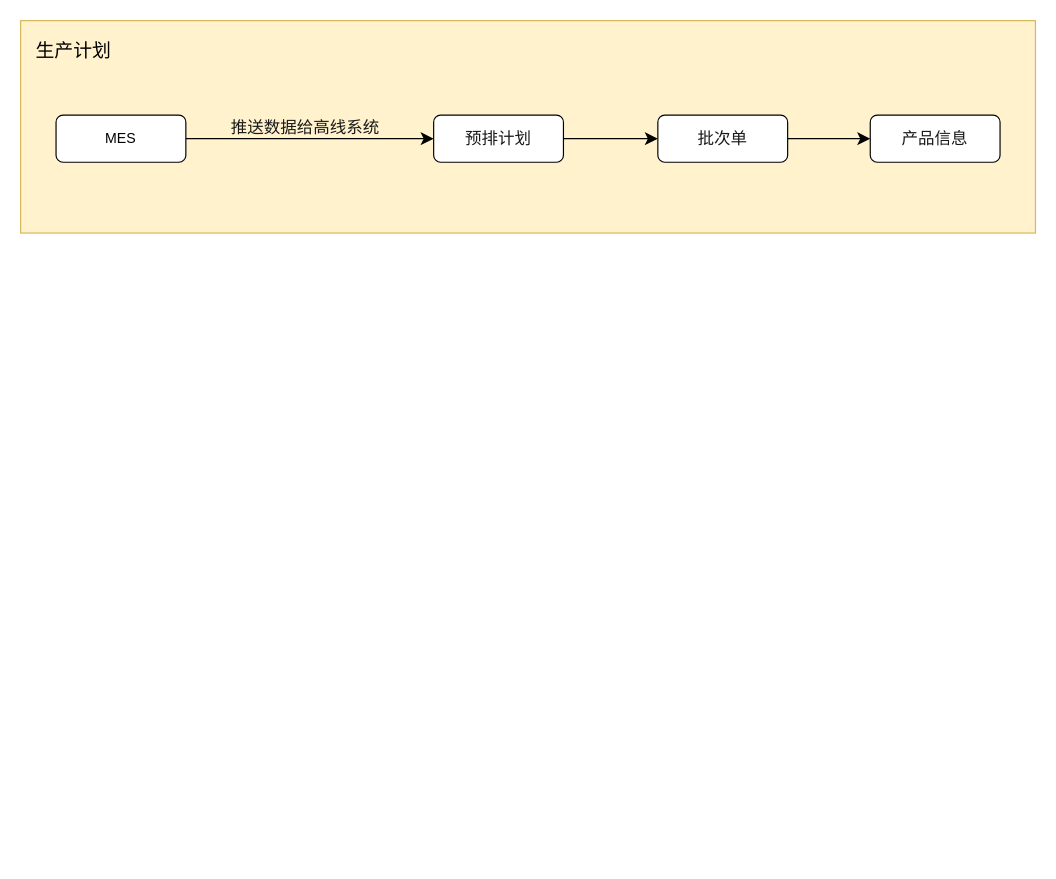
Before: gx.drawio in zhangxrxyy/draw, a draw.io diagram. Source tidied: cells renumbered, new cells numbered last; positions are measured from the earlier drawing's top-left corner, leaving out a move shared by most shapes. Both pictures are drawn from the tidied source at 118%, with x=0, y=0 at pixel (20, 20).
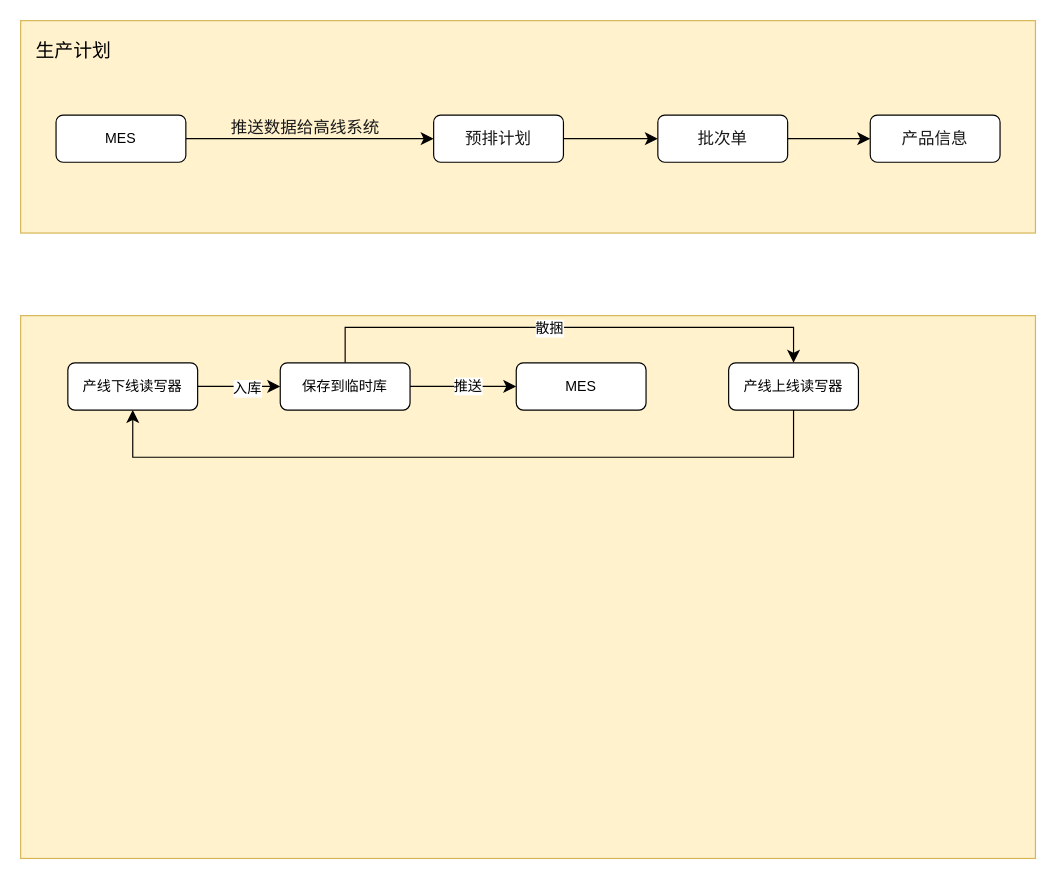
The same page after the edit.

The edit, as a diff of the source:
```diff
@@
+    <mxCell id="12" style="rounded=0;whiteSpace=wrap;html=1;fillColor=#fff2cc;strokeColor=#d6b656;" parent="1" vertex="1">
+      <mxGeometry y="250" width="860" height="460" as="geometry" />
+    </mxCell>
+    <mxCell id="13" style="edgeStyle=none;curved=1;rounded=0;jettySize=auto;html=1;exitX=1;exitY=0.5;exitDx=0;exitDy=0;fontSize=12;startSize=8;endSize=8;" parent="1" edge="1" source="15" target="20">
+      <mxGeometry relative="1" as="geometry" />
+    </mxCell>
+    <mxCell id="14" value="入库" style="edgeLabel;html=1;align=center;verticalAlign=middle;fontSize=12;" parent="13" vertex="1">
+      <mxGeometry x="0.17" y="-1" relative="1" as="geometry" />
+    </mxCell>
+    <mxCell id="15" value="产线下线读写器" style="rounded=1;whiteSpace=wrap;html=1;" parent="1" vertex="1">
+      <mxGeometry x="40" y="290" width="110" height="40" as="geometry" />
+    </mxCell>
+    <mxCell id="16" style="edgeStyle=none;curved=1;rounded=0;jettySize=auto;html=1;exitX=1;exitY=0.5;exitDx=0;exitDy=0;fontSize=12;startSize=8;endSize=8;" parent="1" edge="1" source="20" target="21">
+      <mxGeometry relative="1" as="geometry" />
+    </mxCell>
+    <mxCell id="17" value="推送" style="edgeLabel;html=1;align=center;verticalAlign=middle;fontSize=12;" parent="16" vertex="1">
+      <mxGeometry x="0.07" y="1" relative="1" as="geometry" />
+    </mxCell>
+    <mxCell id="18" style="edgeStyle=none;curved=0;rounded=0;jettySize=auto;html=1;exitX=0.5;exitY=0;exitDx=0;exitDy=0;entryX=0.5;entryY=0;entryDx=0;entryDy=0;fontSize=12;startSize=8;endSize=8;" parent="1" edge="1" source="20" target="23">
+      <mxGeometry relative="1" as="geometry">
+        <Array as="points">
+          <mxPoint x="275" y="260" />
+          <mxPoint x="655" y="260" />
+        </Array>
+      </mxGeometry>
+    </mxCell>
+    <mxCell id="19" value="散捆" style="edgeLabel;html=1;align=center;verticalAlign=middle;fontSize=12;" parent="18" vertex="1">
+      <mxGeometry x="-0.08" relative="1" as="geometry" />
+    </mxCell>
+    <mxCell id="20" value="保存到临时库" style="rounded=1;whiteSpace=wrap;html=1;" parent="1" vertex="1">
+      <mxGeometry x="220" y="290" width="110" height="40" as="geometry" />
+    </mxCell>
+    <mxCell id="21" value="MES" style="rounded=1;whiteSpace=wrap;html=1;" parent="1" vertex="1">
+      <mxGeometry x="420" y="290" width="110" height="40" as="geometry" />
+    </mxCell>
+    <mxCell id="22" style="edgeStyle=none;curved=0;rounded=0;jettySize=auto;html=1;exitX=0.5;exitY=1;exitDx=0;exitDy=0;entryX=0.5;entryY=1;entryDx=0;entryDy=0;fontSize=12;startSize=8;endSize=8;" parent="1" edge="1" source="23" target="15">
+      <mxGeometry relative="1" as="geometry">
+        <Array as="points">
+          <mxPoint x="655" y="370" />
+          <mxPoint x="95" y="370" />
+        </Array>
+      </mxGeometry>
+    </mxCell>
+    <mxCell id="23" value="产线上线读写器" style="rounded=1;whiteSpace=wrap;html=1;" parent="1" vertex="1">
+      <mxGeometry x="600" y="290" width="110" height="40" as="geometry" />
+    </mxCell>
```
